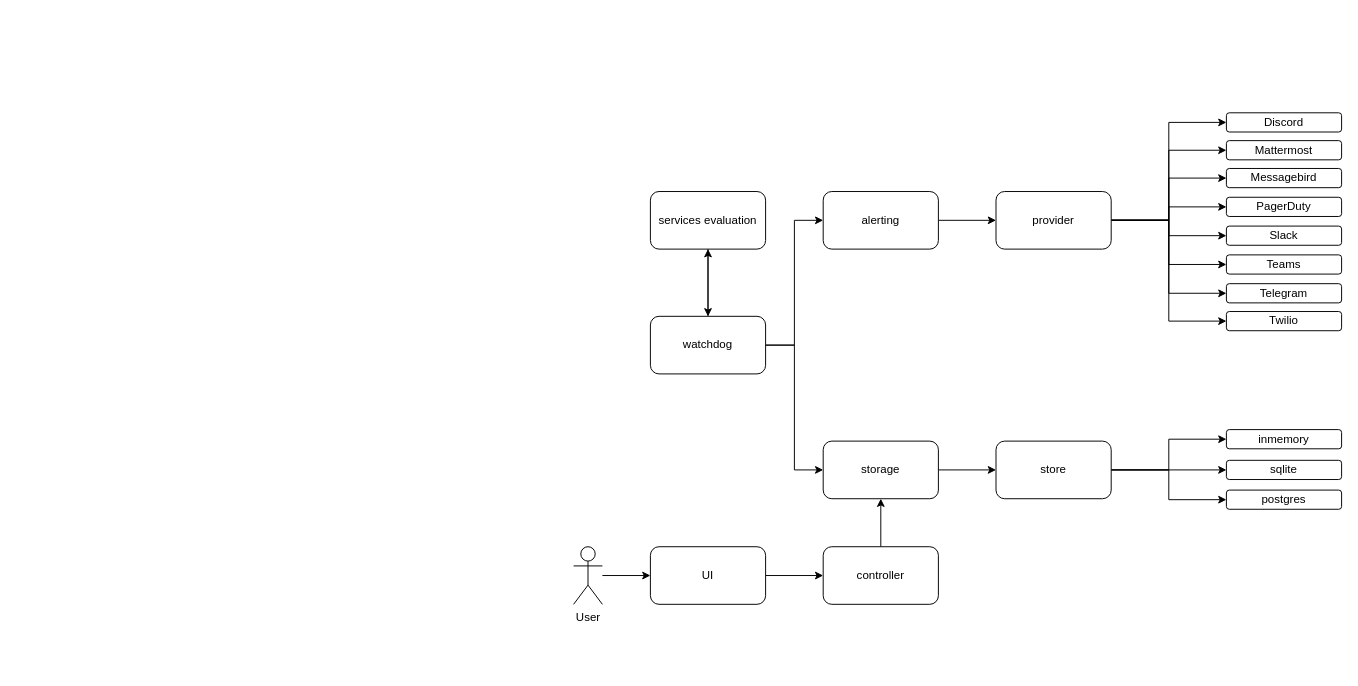
Above: .github/assets/gatus-diagram.drawio in TwiN/gatus (draw.io), before the change. Source tidied: cells renumbered, new cells numbered last; positions are measured from the earlier drawing's top-left corner, leaving out a move shared by most shapes. Both pictures are drawn from the tidied source at 96%, with x=0, y=0 at pixel (573, 112).
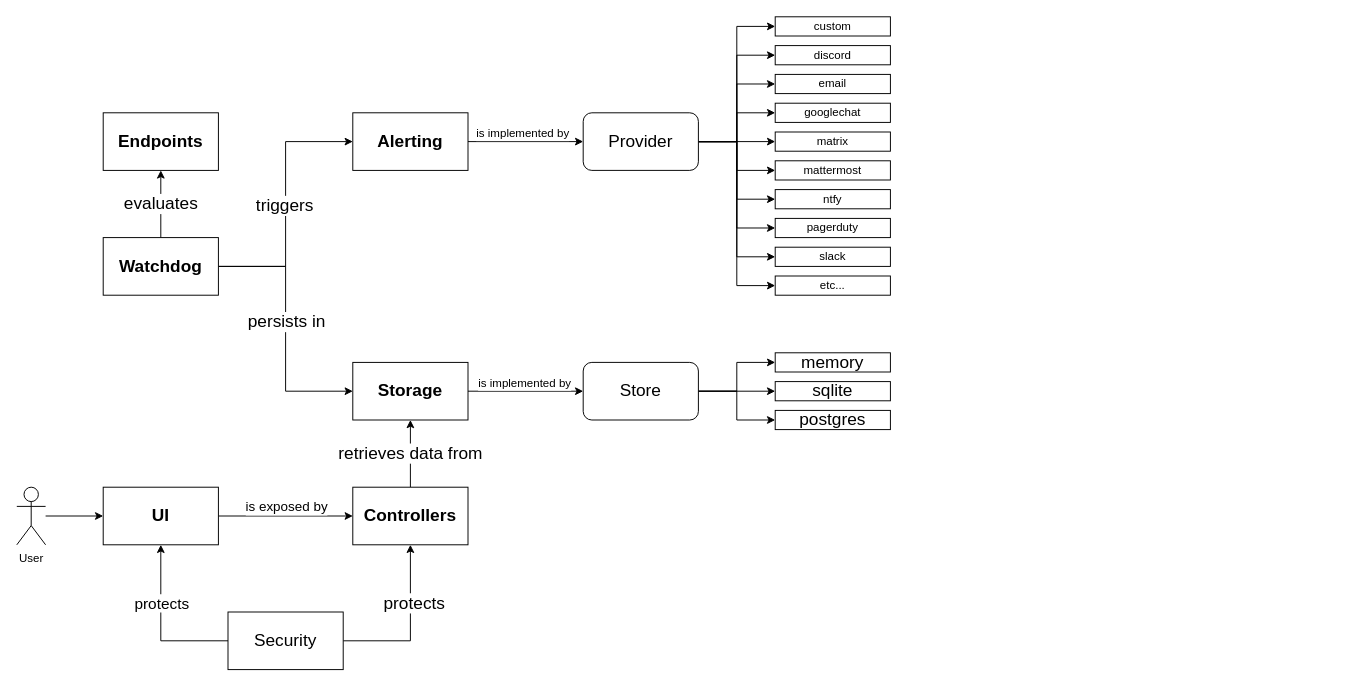
The same diagram, later.

Commit message (it also covers changes not shown here):
docs: Update Gatus diagram

Diff of the diagram source:
```diff
@@
-    <mxCell id="2" style="edgeStyle=orthogonalEdgeStyle;rounded=0;jettySize=auto;html=1;" parent="1" edge="1" source="3" target="18">
-      <mxGeometry relative="1" as="geometry" />
-    </mxCell>
-    <mxCell id="3" value="alerting" style="rounded=1;whiteSpace=wrap;html=1;" parent="1" vertex="1">
-      <mxGeometry x="260" y="82" width="120" height="60" as="geometry" />
-    </mxCell>
-    <mxCell id="4" style="edgeStyle=orthogonalEdgeStyle;rounded=0;jettySize=auto;html=1;entryX=0;entryY=0.5;entryDx=0;entryDy=0;" parent="1" edge="1" source="7" target="9">
-      <mxGeometry relative="1" as="geometry" />
-    </mxCell>
-    <mxCell id="5" style="edgeStyle=orthogonalEdgeStyle;rounded=0;jettySize=auto;html=1;entryX=0;entryY=0.5;entryDx=0;entryDy=0;" parent="1" edge="1" source="7" target="3">
-      <mxGeometry relative="1" as="geometry" />
-    </mxCell>
-    <mxCell id="6" style="edgeStyle=orthogonalEdgeStyle;rounded=0;jettySize=auto;html=1;entryX=0.5;entryY=1;entryDx=0;entryDy=0;" parent="1" edge="1" source="7" target="32">
-      <mxGeometry relative="1" as="geometry" />
-    </mxCell>
-    <mxCell id="7" value="watchdog" style="rounded=1;whiteSpace=wrap;html=1;" parent="1" vertex="1">
-      <mxGeometry x="80" y="212" width="120" height="60" as="geometry" />
-    </mxCell>
-    <mxCell id="8" style="edgeStyle=orthogonalEdgeStyle;rounded=0;jettySize=auto;html=1;entryX=0;entryY=0.5;entryDx=0;entryDy=0;" parent="1" edge="1" source="9" target="28">
-      <mxGeometry relative="1" as="geometry" />
-    </mxCell>
-    <mxCell id="9" value="storage" style="rounded=1;whiteSpace=wrap;html=1;" parent="1" vertex="1">
-      <mxGeometry x="260" y="342" width="120" height="60" as="geometry" />
-    </mxCell>
-    <mxCell id="10" style="edgeStyle=orthogonalEdgeStyle;rounded=0;jettySize=auto;html=1;entryX=0;entryY=0.5;entryDx=0;entryDy=0;" parent="1" edge="1" source="18" target="21">
-      <mxGeometry relative="1" as="geometry" />
-    </mxCell>
-    <mxCell id="11" style="edgeStyle=orthogonalEdgeStyle;rounded=0;jettySize=auto;html=1;entryX=0;entryY=0.5;entryDx=0;entryDy=0;" parent="1" edge="1" source="18" target="20">
-      <mxGeometry relative="1" as="geometry" />
-    </mxCell>
-    <mxCell id="12" style="edgeStyle=orthogonalEdgeStyle;rounded=0;jettySize=auto;html=1;entryX=0;entryY=0.5;entryDx=0;entryDy=0;" parent="1" edge="1" source="18" target="19">
-      <mxGeometry relative="1" as="geometry" />
-    </mxCell>
-    <mxCell id="13" style="edgeStyle=orthogonalEdgeStyle;rounded=0;jettySize=auto;html=1;entryX=0;entryY=0.5;entryDx=0;entryDy=0;" parent="1" edge="1" source="18" target="22">
-      <mxGeometry relative="1" as="geometry" />
-    </mxCell>
-    <mxCell id="14" style="edgeStyle=orthogonalEdgeStyle;rounded=0;jettySize=auto;html=1;entryX=0;entryY=0.5;entryDx=0;entryDy=0;" parent="1" edge="1" source="18" target="24">
-      <mxGeometry relative="1" as="geometry" />
-    </mxCell>
-    <mxCell id="15" style="edgeStyle=orthogonalEdgeStyle;rounded=0;jettySize=auto;html=1;entryX=0;entryY=0.5;entryDx=0;entryDy=0;" parent="1" edge="1" source="18" target="23">
-      <mxGeometry relative="1" as="geometry" />
-    </mxCell>
-    <mxCell id="16" style="edgeStyle=orthogonalEdgeStyle;rounded=0;jettySize=auto;html=1;entryX=0;entryY=0.5;entryDx=0;entryDy=0;" parent="1" edge="1" source="18" target="33">
-      <mxGeometry relative="1" as="geometry" />
-    </mxCell>
-    <mxCell id="17" style="edgeStyle=orthogonalEdgeStyle;rounded=0;jettySize=auto;html=1;entryX=0;entryY=0.5;entryDx=0;entryDy=0;" parent="1" edge="1" source="18" target="34">
-      <mxGeometry relative="1" as="geometry" />
-    </mxCell>
-    <mxCell id="18" value="provider" style="whiteSpace=wrap;html=1;rounded=1;" parent="1" vertex="1">
-      <mxGeometry x="440" y="82" width="120" height="60" as="geometry" />
-    </mxCell>
-    <mxCell id="19" value="Messagebird" style="whiteSpace=wrap;html=1;rounded=1;" parent="1" vertex="1">
-      <mxGeometry x="680" y="58" width="120" height="20" as="geometry" />
-    </mxCell>
-    <mxCell id="20" value="Slack" style="whiteSpace=wrap;html=1;rounded=1;" parent="1" vertex="1">
-      <mxGeometry x="680" y="118" width="120" height="20" as="geometry" />
-    </mxCell>
-    <mxCell id="21" value="PagerDuty" style="whiteSpace=wrap;html=1;rounded=1;" parent="1" vertex="1">
-      <mxGeometry x="680" y="88" width="120" height="20" as="geometry" />
-    </mxCell>
-    <mxCell id="22" value="&lt;div&gt;Teams&lt;/div&gt;" style="whiteSpace=wrap;html=1;rounded=1;" parent="1" vertex="1">
-      <mxGeometry x="680" y="148" width="120" height="20" as="geometry" />
-    </mxCell>
-    <mxCell id="23" value="Mattermost" style="whiteSpace=wrap;html=1;rounded=1;" parent="1" vertex="1">
-      <mxGeometry x="680" y="29" width="120" height="20" as="geometry" />
-    </mxCell>
-    <mxCell id="24" value="Telegram" style="whiteSpace=wrap;html=1;rounded=1;" parent="1" vertex="1">
-      <mxGeometry x="680" y="178" width="120" height="20" as="geometry" />
-    </mxCell>
-    <mxCell id="25" style="edgeStyle=orthogonalEdgeStyle;rounded=0;jettySize=auto;html=1;entryX=0;entryY=0.5;entryDx=0;entryDy=0;" parent="1" edge="1" source="28" target="29">
-      <mxGeometry relative="1" as="geometry" />
-    </mxCell>
-    <mxCell id="26" style="edgeStyle=orthogonalEdgeStyle;rounded=0;jettySize=auto;html=1;entryX=0;entryY=0.5;entryDx=0;entryDy=0;" parent="1" edge="1" source="28" target="30">
-      <mxGeometry relative="1" as="geometry" />
-    </mxCell>
-    <mxCell id="27" style="edgeStyle=orthogonalEdgeStyle;rounded=0;jettySize=auto;html=1;entryX=0;entryY=0.5;entryDx=0;entryDy=0;" parent="1" edge="1" source="28" target="41">
-      <mxGeometry relative="1" as="geometry" />
-    </mxCell>
-    <mxCell id="28" value="store" style="rounded=1;whiteSpace=wrap;html=1;" parent="1" vertex="1">
-      <mxGeometry x="440" y="342" width="120" height="60" as="geometry" />
-    </mxCell>
-    <mxCell id="29" value="sqlite" style="whiteSpace=wrap;html=1;rounded=1;" parent="1" vertex="1">
-      <mxGeometry x="680" y="362" width="120" height="20" as="geometry" />
-    </mxCell>
-    <mxCell id="30" value="inmemory" style="whiteSpace=wrap;html=1;rounded=1;" parent="1" vertex="1">
-      <mxGeometry x="680" y="330" width="120" height="20" as="geometry" />
-    </mxCell>
-    <mxCell id="31" style="edgeStyle=orthogonalEdgeStyle;rounded=0;jettySize=auto;html=1;entryX=0.5;entryY=0;entryDx=0;entryDy=0;" parent="1" edge="1" source="32" target="7">
-      <mxGeometry relative="1" as="geometry" />
-    </mxCell>
-    <mxCell id="32" value="services evaluation" style="rounded=1;whiteSpace=wrap;html=1;" parent="1" vertex="1">
-      <mxGeometry x="80" y="82" width="120" height="60" as="geometry" />
-    </mxCell>
-    <mxCell id="33" value="Discord" style="whiteSpace=wrap;html=1;rounded=1;" parent="1" vertex="1">
-      <mxGeometry x="680" width="120" height="20" as="geometry" />
-    </mxCell>
-    <mxCell id="34" value="Twilio" style="whiteSpace=wrap;html=1;rounded=1;" parent="1" vertex="1">
-      <mxGeometry x="680" y="207" width="120" height="20" as="geometry" />
-    </mxCell>
-    <mxCell id="35" style="edgeStyle=orthogonalEdgeStyle;rounded=0;jettySize=auto;html=1;entryX=0.5;entryY=1;entryDx=0;entryDy=0;" parent="1" edge="1" source="36" target="9">
-      <mxGeometry relative="1" as="geometry" />
-    </mxCell>
-    <mxCell id="36" value="controller" style="rounded=1;whiteSpace=wrap;html=1;" parent="1" vertex="1">
-      <mxGeometry x="260" y="452" width="120" height="60" as="geometry" />
-    </mxCell>
-    <mxCell id="37" style="edgeStyle=orthogonalEdgeStyle;rounded=0;jettySize=auto;html=1;entryX=0;entryY=0.5;entryDx=0;entryDy=0;" parent="1" edge="1" source="38" target="36">
-      <mxGeometry relative="1" as="geometry" />
-    </mxCell>
-    <mxCell id="38" value="UI" style="rounded=1;whiteSpace=wrap;html=1;" parent="1" vertex="1">
-      <mxGeometry x="80" y="452" width="120" height="60" as="geometry" />
-    </mxCell>
-    <mxCell id="39" style="edgeStyle=orthogonalEdgeStyle;rounded=0;jettySize=auto;html=1;" parent="1" edge="1" source="40" target="38">
+    <mxCell id="39" style="edgeStyle=orthogonalEdgeStyle;rounded=0;jettySize=auto;html=1;entryX=0;entryY=0.5;entryDx=0;entryDy=0;fontSize=18;" parent="1" edge="1" source="40" target="38">
       <mxGeometry relative="1" as="geometry" />
     </mxCell>
     <mxCell id="40" value="User" style="shape=umlActor;verticalLabelPosition=bottom;verticalAlign=top;html=1;outlineConnect=0;" parent="1" vertex="1">
-      <mxGeometry y="452" width="30" height="60" as="geometry" />
+      <mxGeometry x="-580" y="390" width="30" height="60" as="geometry" />
     </mxCell>
+    <mxCell id="42" style="edgeStyle=orthogonalEdgeStyle;rounded=0;jettySize=auto;html=1;entryX=0;entryY=0.5;entryDx=0;entryDy=0;fontSize=18;" parent="1" edge="1" source="38" target="45">
+      <mxGeometry relative="1" as="geometry" />
+    </mxCell>
+    <mxCell id="43" value="&lt;font style=&quot;font-size: 14px;&quot;&gt;is exposed by&lt;/font&gt;" style="edgeLabel;html=1;align=center;verticalAlign=middle;fontSize=18;" parent="42" vertex="1">
+      <mxGeometry x="-0.17" relative="1" as="geometry">
+        <mxPoint x="12" y="-12" as="offset" />
+      </mxGeometry>
+    </mxCell>
+    <mxCell id="38" value="&lt;font style=&quot;font-size: 18px;&quot;&gt;&lt;span&gt;UI&lt;/span&gt;&lt;/font&gt;" style="rounded=0;whiteSpace=wrap;html=1;fontStyle=1;" parent="1" vertex="1">
+      <mxGeometry x="-490" y="390" width="120" height="60" as="geometry" />
+    </mxCell>
+    <mxCell id="44" value="retrieves data from" style="edgeStyle=orthogonalEdgeStyle;rounded=0;jettySize=auto;html=1;entryX=0.5;entryY=1;entryDx=0;entryDy=0;fontSize=18;" parent="1" edge="1" source="45" target="48">
+      <mxGeometry relative="1" as="geometry">
+        <Array as="points">
+          <mxPoint x="-170" y="370" />
+          <mxPoint x="-170" y="370" />
+        </Array>
+      </mxGeometry>
+    </mxCell>
+    <mxCell id="45" value="Controllers" style="rounded=0;whiteSpace=wrap;html=1;fontSize=18;fontStyle=1;" parent="1" vertex="1">
+      <mxGeometry x="-230" y="390" width="120" height="60" as="geometry" />
+    </mxCell>
+    <mxCell id="46" style="edgeStyle=orthogonalEdgeStyle;rounded=0;jettySize=auto;html=1;entryX=0;entryY=0.5;entryDx=0;entryDy=0;fontSize=14;" parent="1" edge="1" source="48" target="61">
+      <mxGeometry relative="1" as="geometry" />
+    </mxCell>
+    <mxCell id="47" value="&lt;font style=&quot;font-size: 12px;&quot;&gt;is implemented by&lt;/font&gt;" style="edgeLabel;html=1;align=center;verticalAlign=middle;fontSize=14;" parent="46" vertex="1">
+      <mxGeometry x="-0.33" y="-1" relative="1" as="geometry">
+        <mxPoint x="18" y="-11" as="offset" />
+      </mxGeometry>
+    </mxCell>
+    <mxCell id="48" value="Storage" style="rounded=0;whiteSpace=wrap;html=1;fontSize=18;fontStyle=1;" parent="1" vertex="1">
+      <mxGeometry x="-230" y="260" width="120" height="60" as="geometry" />
+    </mxCell>
+    <mxCell id="49" value="evaluates" style="edgeStyle=orthogonalEdgeStyle;rounded=0;jettySize=auto;html=1;entryX=0.5;entryY=1;entryDx=0;entryDy=0;fontSize=18;" parent="1" edge="1" source="53" target="56">
+      <mxGeometry relative="1" as="geometry" />
+    </mxCell>
+    <mxCell id="50" style="edgeStyle=orthogonalEdgeStyle;rounded=0;jettySize=auto;html=1;entryX=0;entryY=0.5;entryDx=0;entryDy=0;fontSize=18;" parent="1" edge="1" source="53" target="55">
+      <mxGeometry relative="1" as="geometry" />
+    </mxCell>
+    <mxCell id="51" style="edgeStyle=orthogonalEdgeStyle;rounded=0;jettySize=auto;html=1;entryX=0;entryY=0.5;entryDx=0;entryDy=0;fontSize=18;" parent="1" edge="1" source="53" target="48">
+      <mxGeometry relative="1" as="geometry" />
+    </mxCell>
+    <mxCell id="52" value="persists in" style="edgeLabel;html=1;align=center;verticalAlign=middle;fontSize=18;rotation=0;" parent="51" vertex="1">
+      <mxGeometry x="-0.15" y="2" relative="1" as="geometry">
+        <mxPoint x="-2" y="12" as="offset" />
+      </mxGeometry>
+    </mxCell>
+    <mxCell id="53" value="Watchdog" style="rounded=0;whiteSpace=wrap;html=1;fontSize=18;fontStyle=1;" parent="1" vertex="1">
+      <mxGeometry x="-490" y="130" width="120" height="60" as="geometry" />
+    </mxCell>
+    <mxCell id="54" style="edgeStyle=orthogonalEdgeStyle;rounded=0;jettySize=auto;html=1;fontSize=18;" parent="1" edge="1" source="55" target="73">
+      <mxGeometry relative="1" as="geometry" />
+    </mxCell>
+    <mxCell id="55" value="Alerting" style="rounded=0;whiteSpace=wrap;html=1;fontSize=18;fontStyle=1;" parent="1" vertex="1">
+      <mxGeometry x="-230" width="120" height="60" as="geometry" />
+    </mxCell>
+    <mxCell id="56" value="Endpoints" style="rounded=0;whiteSpace=wrap;html=1;fontSize=18;fontStyle=1;" parent="1" vertex="1">
+      <mxGeometry x="-490" width="120" height="60" as="geometry" />
+    </mxCell>
+    <mxCell id="57" value="triggers" style="edgeLabel;html=1;align=center;verticalAlign=middle;fontSize=18;rotation=0;" parent="1" vertex="1">
+      <mxGeometry x="-300" y="90" as="geometry">
+        <mxPoint x="-2" y="6" as="offset" />
+      </mxGeometry>
+    </mxCell>
+    <mxCell id="58" style="edgeStyle=orthogonalEdgeStyle;rounded=0;jettySize=auto;html=1;entryX=0;entryY=0.5;entryDx=0;entryDy=0;fontSize=18;" parent="1" edge="1" source="61" target="62">
+      <mxGeometry relative="1" as="geometry" />
+    </mxCell>
+    <mxCell id="59" style="edgeStyle=orthogonalEdgeStyle;rounded=0;jettySize=auto;html=1;entryX=0;entryY=0.5;entryDx=0;entryDy=0;fontSize=18;" parent="1" edge="1" source="61" target="29">
+      <mxGeometry relative="1" as="geometry" />
+    </mxCell>
+    <mxCell id="60" style="edgeStyle=orthogonalEdgeStyle;rounded=0;jettySize=auto;html=1;entryX=0;entryY=0.5;entryDx=0;entryDy=0;fontSize=18;" parent="1" edge="1" source="61" target="41">
+      <mxGeometry relative="1" as="geometry" />
+    </mxCell>
+    <mxCell id="61" value="&lt;font style=&quot;font-size: 18px;&quot;&gt;Store&lt;/font&gt;" style="rounded=1;whiteSpace=wrap;html=1;fontSize=14;" parent="1" vertex="1">
+      <mxGeometry x="10" y="260" width="120" height="60" as="geometry" />
+    </mxCell>
+    <mxCell id="62" value="&lt;font style=&quot;font-size: 18px;&quot;&gt;memory&lt;/font&gt;" style="rounded=0;whiteSpace=wrap;html=1;fontSize=12;" parent="1" vertex="1">
+      <mxGeometry x="210" y="250" width="120" height="20" as="geometry" />
+    </mxCell>
-    <mxCell id="41" value="postgres" style="whiteSpace=wrap;html=1;rounded=1;" parent="1" vertex="1">
-      <mxGeometry x="680" y="393" width="120" height="20" as="geometry" />
+    <mxCell id="41" value="&lt;font style=&quot;font-size: 18px;&quot;&gt;postgres&lt;/font&gt;" style="rounded=0;whiteSpace=wrap;html=1;fontSize=12;" parent="1" vertex="1">
+      <mxGeometry x="210" y="310" width="120" height="20" as="geometry" />
     </mxCell>
+    <mxCell id="29" value="&lt;font style=&quot;font-size: 18px;&quot;&gt;sqlite&lt;/font&gt;" style="rounded=0;whiteSpace=wrap;html=1;fontSize=12;" parent="1" vertex="1">
+      <mxGeometry x="210" y="280" width="120" height="20" as="geometry" />
+    </mxCell>
+    <mxCell id="63" style="edgeStyle=orthogonalEdgeStyle;rounded=0;jettySize=auto;html=1;entryX=0;entryY=0.5;entryDx=0;entryDy=0;fontSize=12;" parent="1" edge="1" source="73" target="75">
+      <mxGeometry relative="1" as="geometry" />
+    </mxCell>
+    <mxCell id="64" style="edgeStyle=orthogonalEdgeStyle;rounded=0;jettySize=auto;html=1;entryX=0;entryY=0.5;entryDx=0;entryDy=0;fontSize=12;" parent="1" edge="1" source="73" target="76">
+      <mxGeometry relative="1" as="geometry" />
+    </mxCell>
+    <mxCell id="65" style="edgeStyle=orthogonalEdgeStyle;rounded=0;jettySize=auto;html=1;entryX=0;entryY=0.5;entryDx=0;entryDy=0;fontSize=12;" parent="1" edge="1" source="73" target="77">
+      <mxGeometry relative="1" as="geometry" />
+    </mxCell>
+    <mxCell id="66" style="edgeStyle=orthogonalEdgeStyle;rounded=0;jettySize=auto;html=1;entryX=0;entryY=0.5;entryDx=0;entryDy=0;fontSize=12;" parent="1" edge="1" source="73" target="78">
+      <mxGeometry relative="1" as="geometry" />
+    </mxCell>
+    <mxCell id="67" style="edgeStyle=orthogonalEdgeStyle;rounded=0;jettySize=auto;html=1;entryX=0;entryY=0.5;entryDx=0;entryDy=0;fontSize=12;" parent="1" edge="1" source="73" target="79">
+      <mxGeometry relative="1" as="geometry" />
+    </mxCell>
+    <mxCell id="68" style="edgeStyle=orthogonalEdgeStyle;rounded=0;jettySize=auto;html=1;entryX=0;entryY=0.5;entryDx=0;entryDy=0;fontSize=12;" parent="1" edge="1" source="73" target="80">
+      <mxGeometry relative="1" as="geometry" />
+    </mxCell>
+    <mxCell id="69" style="edgeStyle=orthogonalEdgeStyle;rounded=0;jettySize=auto;html=1;entryX=0;entryY=0.5;entryDx=0;entryDy=0;fontSize=12;" parent="1" edge="1" source="73" target="81">
+      <mxGeometry relative="1" as="geometry" />
+    </mxCell>
+    <mxCell id="70" style="edgeStyle=orthogonalEdgeStyle;rounded=0;jettySize=auto;html=1;entryX=0;entryY=0.5;entryDx=0;entryDy=0;fontSize=12;" parent="1" edge="1" source="73" target="82">
+      <mxGeometry relative="1" as="geometry" />
+    </mxCell>
+    <mxCell id="71" style="edgeStyle=orthogonalEdgeStyle;rounded=0;jettySize=auto;html=1;entryX=0;entryY=0.5;entryDx=0;entryDy=0;fontSize=12;" parent="1" edge="1" source="73" target="83">
+      <mxGeometry relative="1" as="geometry" />
+    </mxCell>
+    <mxCell id="72" style="edgeStyle=orthogonalEdgeStyle;rounded=0;jettySize=auto;html=1;entryX=0;entryY=0.5;entryDx=0;entryDy=0;fontSize=12;" parent="1" edge="1" source="73" target="84">
+      <mxGeometry relative="1" as="geometry" />
+    </mxCell>
+    <mxCell id="73" value="Provider" style="rounded=1;whiteSpace=wrap;html=1;fontSize=18;" parent="1" vertex="1">
+      <mxGeometry x="10" width="120" height="60" as="geometry" />
+    </mxCell>
+    <mxCell id="74" value="&lt;font style=&quot;font-size: 12px;&quot;&gt;is implemented by&lt;/font&gt;" style="edgeLabel;html=1;align=center;verticalAlign=middle;fontSize=14;" parent="1" vertex="1">
+      <mxGeometry x="-54" y="20" as="geometry" />
+    </mxCell>
+    <mxCell id="75" value="custom" style="rounded=0;whiteSpace=wrap;html=1;fontSize=12;" parent="1" vertex="1">
+      <mxGeometry x="210" y="-100" width="120" height="20" as="geometry" />
+    </mxCell>
+    <mxCell id="76" value="discord" style="rounded=0;whiteSpace=wrap;html=1;fontSize=12;" parent="1" vertex="1">
+      <mxGeometry x="210" y="-70" width="120" height="20" as="geometry" />
+    </mxCell>
+    <mxCell id="77" value="email" style="rounded=0;whiteSpace=wrap;html=1;fontSize=12;" parent="1" vertex="1">
+      <mxGeometry x="210" y="-40" width="120" height="20" as="geometry" />
+    </mxCell>
+    <mxCell id="78" value="googlechat" style="rounded=0;whiteSpace=wrap;html=1;fontSize=12;" parent="1" vertex="1">
+      <mxGeometry x="210" y="-10" width="120" height="20" as="geometry" />
+    </mxCell>
+    <mxCell id="79" value="matrix" style="rounded=0;whiteSpace=wrap;html=1;fontSize=12;" parent="1" vertex="1">
+      <mxGeometry x="210" y="20" width="120" height="20" as="geometry" />
+    </mxCell>
+    <mxCell id="80" value="mattermost" style="rounded=0;whiteSpace=wrap;html=1;fontSize=12;" parent="1" vertex="1">
+      <mxGeometry x="210" y="50" width="120" height="20" as="geometry" />
+    </mxCell>
+    <mxCell id="81" value="ntfy" style="rounded=0;whiteSpace=wrap;html=1;fontSize=12;" parent="1" vertex="1">
+      <mxGeometry x="210" y="80" width="120" height="20" as="geometry" />
+    </mxCell>
+    <mxCell id="82" value="pagerduty" style="rounded=0;whiteSpace=wrap;html=1;fontSize=12;" parent="1" vertex="1">
+      <mxGeometry x="210" y="110" width="120" height="20" as="geometry" />
+    </mxCell>
+    <mxCell id="83" value="slack" style="rounded=0;whiteSpace=wrap;html=1;fontSize=12;" parent="1" vertex="1">
+      <mxGeometry x="210" y="140" width="120" height="20" as="geometry" />
+    </mxCell>
+    <mxCell id="84" value="etc..." style="rounded=0;whiteSpace=wrap;html=1;fontSize=12;" parent="1" vertex="1">
+      <mxGeometry x="210" y="170" width="120" height="20" as="geometry" />
+    </mxCell>
+    <mxCell id="85" style="edgeStyle=orthogonalEdgeStyle;rounded=0;jettySize=auto;html=1;entryX=0.5;entryY=1;entryDx=0;entryDy=0;fontSize=12;" parent="1" edge="1" source="89" target="38">
+      <mxGeometry relative="1" as="geometry" />
+    </mxCell>
+    <mxCell id="86" value="&lt;font size=&quot;3&quot;&gt;protects&lt;/font&gt;" style="edgeLabel;html=1;align=center;verticalAlign=middle;fontSize=12;" parent="85" vertex="1">
+      <mxGeometry x="0.15" y="-4" relative="1" as="geometry">
+        <mxPoint x="-4" y="-12" as="offset" />
+      </mxGeometry>
+    </mxCell>
+    <mxCell id="87" style="edgeStyle=orthogonalEdgeStyle;rounded=0;jettySize=auto;html=1;entryX=0.5;entryY=1;entryDx=0;entryDy=0;fontSize=18;" parent="1" edge="1" source="89" target="45">
+      <mxGeometry relative="1" as="geometry" />
+    </mxCell>
+    <mxCell id="88" value="protects" style="edgeLabel;html=1;align=center;verticalAlign=middle;fontSize=18;" parent="87" vertex="1">
+      <mxGeometry x="0.22" y="-3" relative="1" as="geometry">
+        <mxPoint y="-6" as="offset" />
+      </mxGeometry>
+    </mxCell>
+    <mxCell id="89" value="Security" style="rounded=0;whiteSpace=wrap;html=1;fontSize=18;fontStyle=0;" parent="1" vertex="1">
+      <mxGeometry x="-360" y="520" width="120" height="60" as="geometry" />
+    </mxCell>
```
